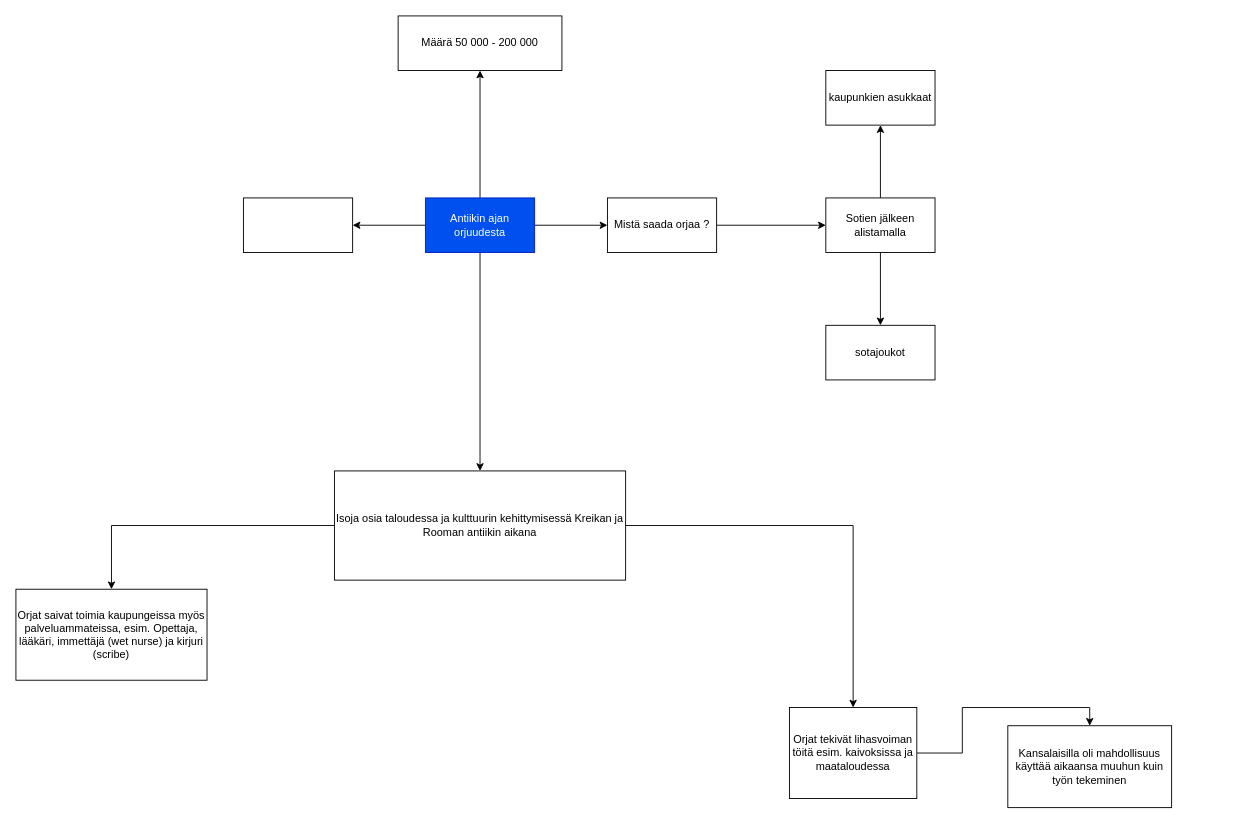
This is Antiikin ajan orjuudesta.drawio from LuanDaSamuel/History-mindmap, a draw.io file, before an edit. Source tidied: cells renumbered, new cells numbered last; positions are measured from the earlier drawing's top-left corner, leaving out a move shared by most shapes. Both pictures are drawn from the tidied source at 91%, with x=0, y=0 at pixel (15, 15).
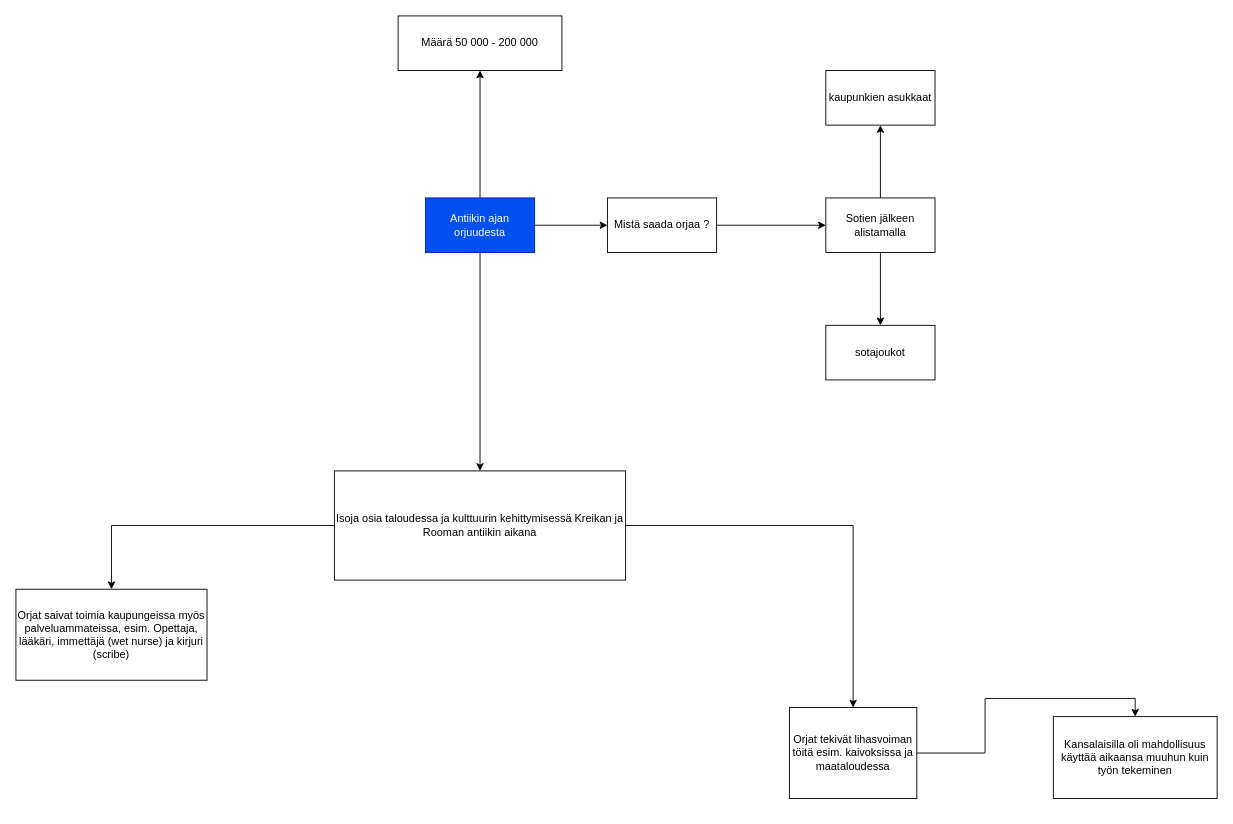
The same diagram, later.

Unchanged cells that the change refers to:
```xml
<mxCell id="6" value="Antiikin ajan orjuudesta" style="rounded=0;whiteSpace=wrap;html=1;fillColor=#0050ef;fontColor=#ffffff;strokeColor=#001DBC;" parent="1" vertex="1">
  <mxGeometry x="450" y="200" width="120" height="60" as="geometry" />
</mxCell>
```

The edit, as a diff of the source:
```diff
@@
-    <mxCell id="5" style="edgeStyle=orthogonalEdgeStyle;rounded=0;jettySize=auto;html=1;" parent="1" edge="1" source="6" target="22">
-      <mxGeometry relative="1" as="geometry" />
-    </mxCell>
@@
     <mxCell id="10" value="Kansalaisilla oli mahdollisuus käyttää aikaansa muuhun kuin työn tekeminen" style="whiteSpace=wrap;html=1;rounded=0;" parent="1" vertex="1">
-      <mxGeometry x="1090" y="780" width="180" height="90" as="geometry" />
+      <mxGeometry x="1140" y="770" width="180" height="90" as="geometry" />
     </mxCell>
@@
-    <mxCell id="22" style="whiteSpace=wrap;html=1;rounded=0;" parent="1" vertex="1">
-      <mxGeometry x="250" y="200" width="120" height="60" as="geometry" />
-    </mxCell>
```
